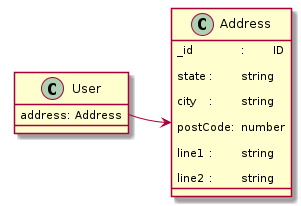
Before: doc/uml/Address/Address.png, a diagram exported from PlantUML (FlorianMarcon/BankModels).
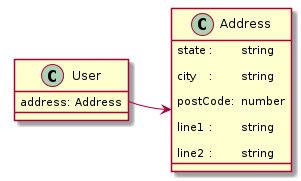
After the commit.

The edit, as a diff of the source:
```diff
@@ -4,7 +4,6 @@
 	address: Address
 }
 class Address {
-	_id		:	ID
 
 	state	:	string
 
```
